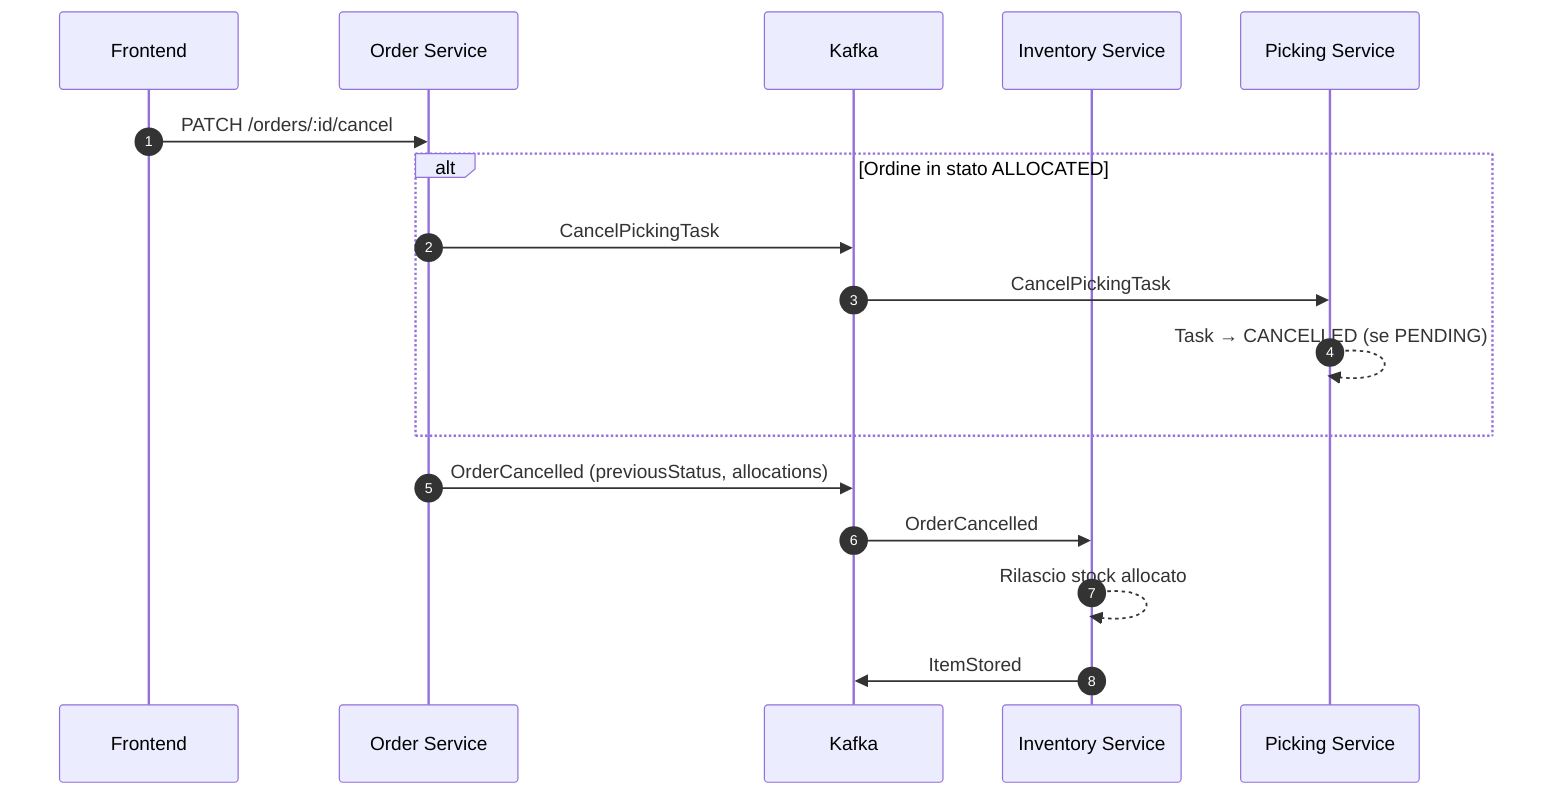
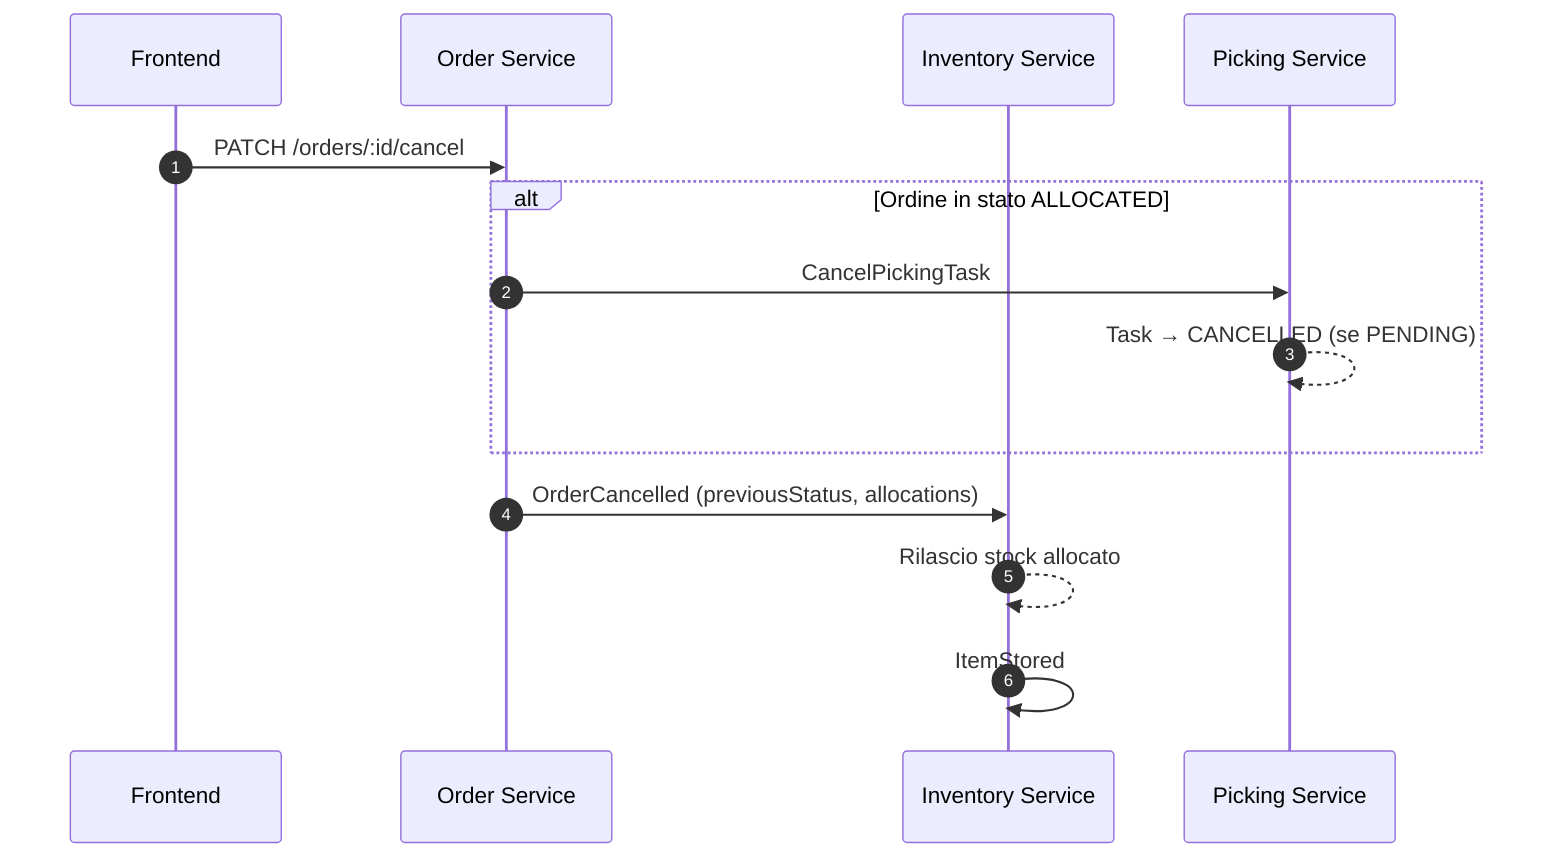
sequenceDiagram
    autonumber
    participant UI as Frontend
    participant ORD as Order Service
-     participant K as Kafka
    participant INV as Inventory Service
    participant PICK as Picking Service

    UI->>ORD: PATCH /orders/:id/cancel

    alt Ordine in stato ALLOCATED
-         ORD->>K: CancelPickingTask
-         K->>PICK: CancelPickingTask
+         ORD->>PICK: CancelPickingTask
        PICK-->>PICK: Task → CANCELLED (se PENDING)
    end

-     ORD->>K: OrderCancelled (previousStatus, allocations)
-     K->>INV: OrderCancelled
+     ORD->>INV: OrderCancelled (previousStatus, allocations)
    INV-->>INV: Rilascio stock allocato
-     INV->>K: ItemStored
+     INV->>INV: ItemStored
